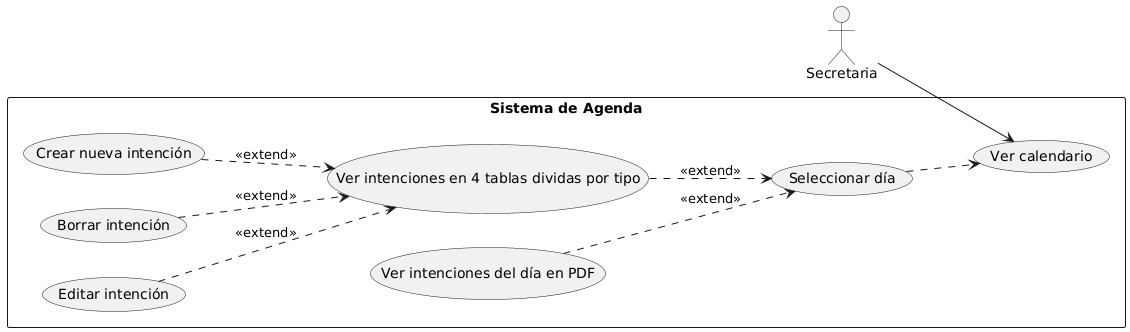
The PlantUML diagram Documentacion/casos de uso agenda.png in EGA-SUPREMO/Sistema-de-Gestion-Parroquial, before a commit.
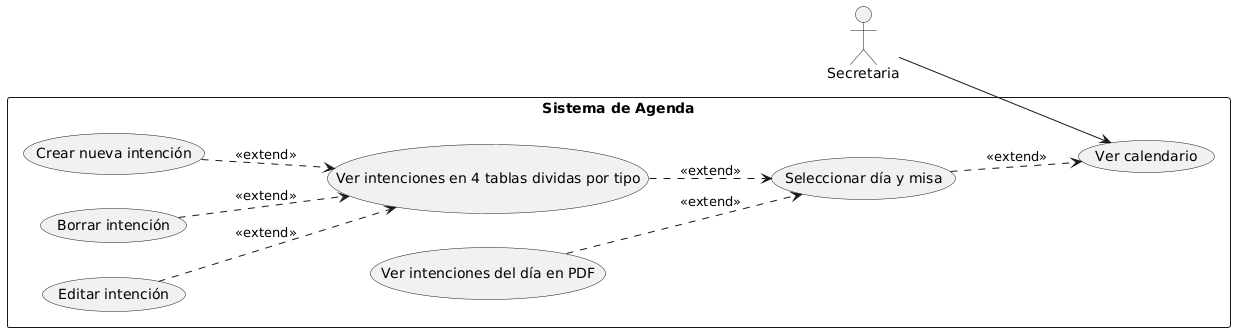
Later version of the same file.

Commit message:
actualizar casos de uso y quitar atributo en parentesco

Change to the diagram source:
```diff
@@ -4,7 +4,7 @@
 
 rectangle "Sistema de Agenda" {
   usecase "Ver calendario" as UC1
-  usecase "Seleccionar día" as UC2
+  usecase "Seleccionar día y misa" as UC2
   usecase "Ver intenciones del día en PDF" as UC3
   usecase "Ver intenciones en 4 tablas dividas por tipo" as UC4
   usecase "Editar intención" as UC5
@@ -13,7 +13,7 @@
 }
 
 S --> UC1
-UC2 ..> UC1
+UC2 ..> UC1 : <<extend>>
 
 UC3 ..> UC2 : <<extend>>
 UC4 ..> UC2 : <<extend>>
```
